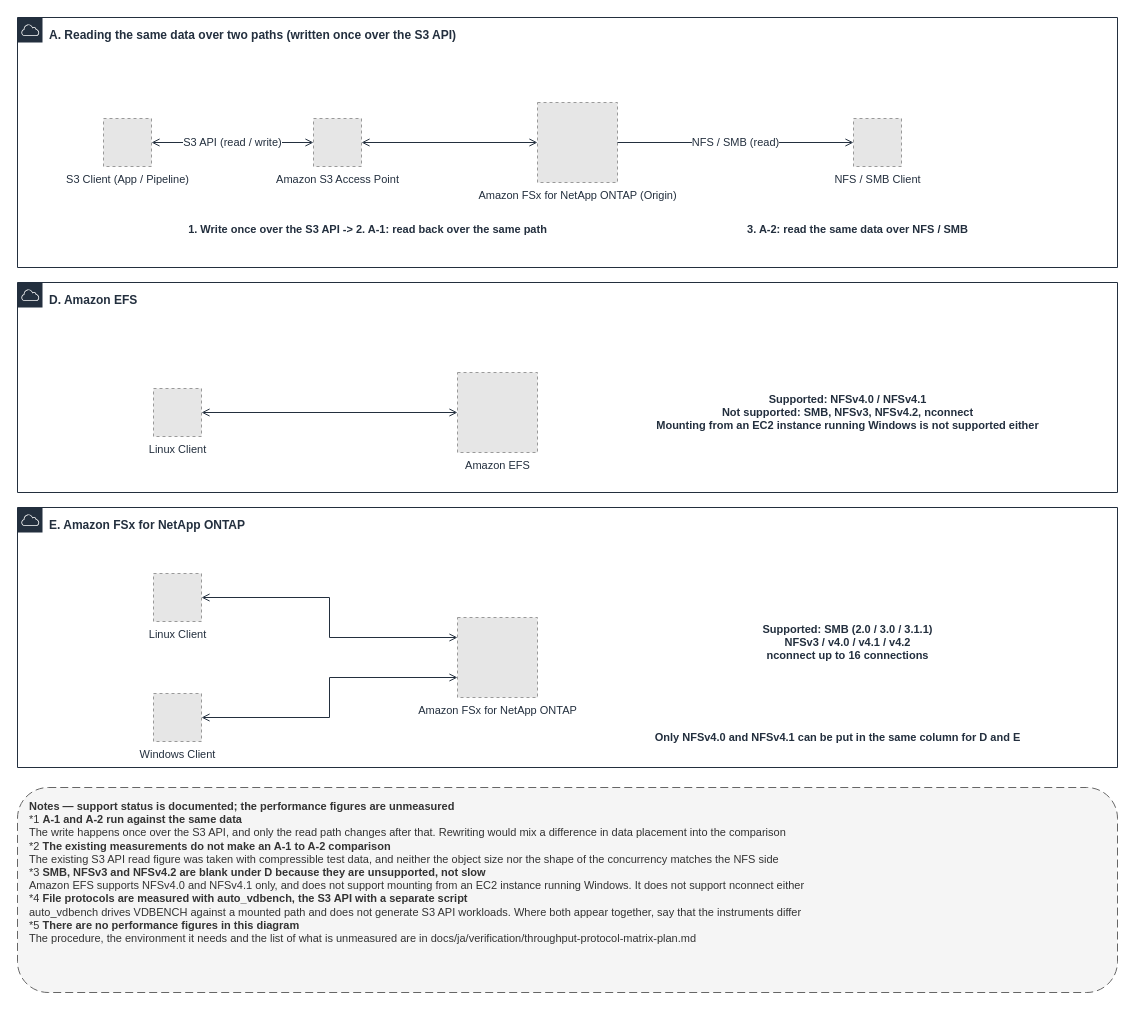
Yoshiki0705/S3-Burst-on-ONTAP-Files keeps this draw.io diagram as docs/_assets/diagrams/s3burst-protocol-test-matrix-en.drawio. Above is the earlier version. Source tidied: cells renumbered, new cells numbered last; positions are measured from the earlier drawing's top-left corner, leaving out a move shared by most shapes. Both pictures are drawn from the tidied source at 100%, with x=0, y=0 at pixel (17, 17). Pictures stored in the file or linked from it are replaced by grey dashed boxes.
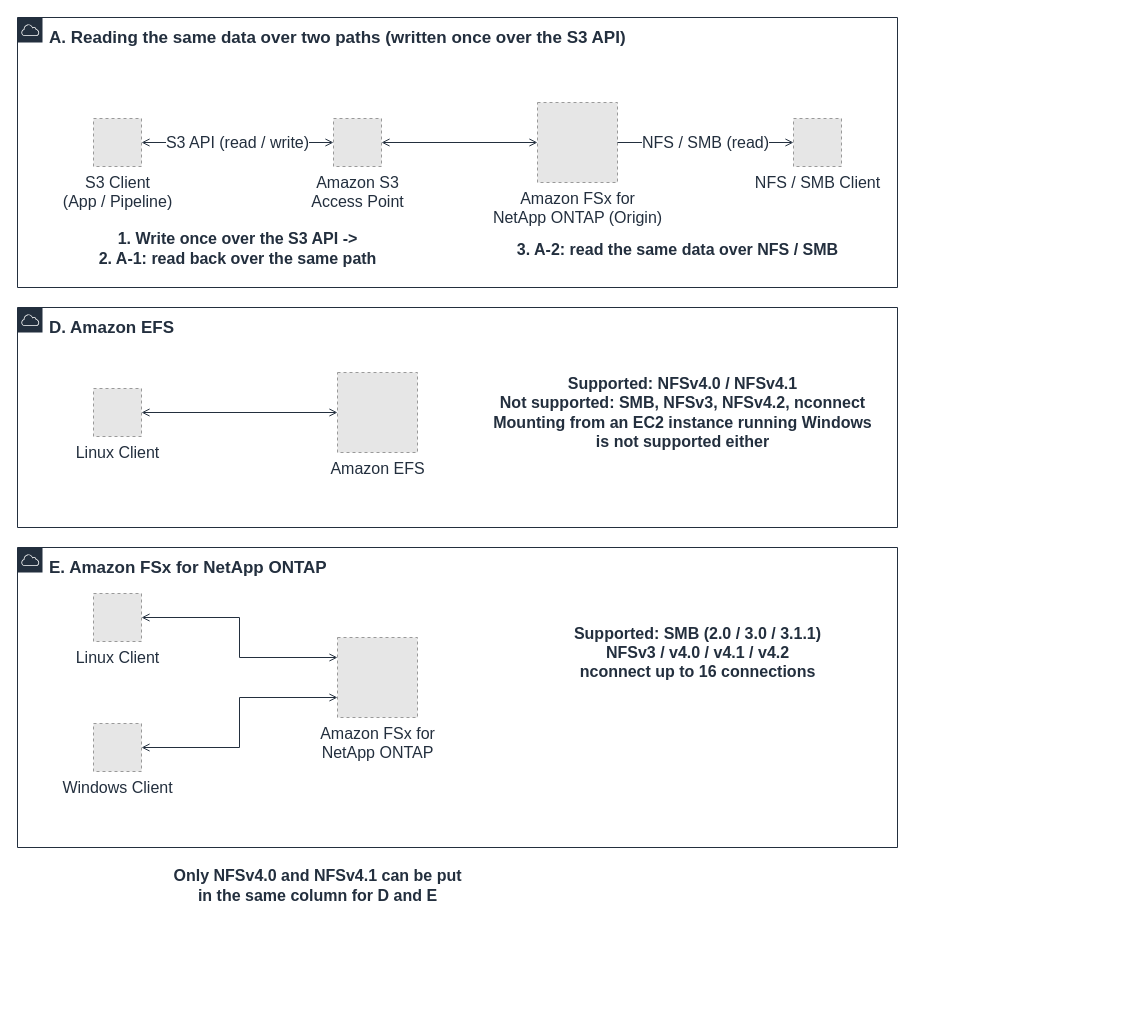
The same diagram, later.

Diff of the diagram source:
```diff
@@
-    <mxCell id="2" value="A. Reading the same data over two paths (written once over the S3 API)" style="gradientColor=none;html=1;whiteSpace=wrap;fontSize=12;fontStyle=1;fontColor=#232F3E;shape=mxgraph.aws4.group;grIcon=mxgraph.aws4.group_aws_cloud;strokeColor=#232F3E;fillColor=none;verticalAlign=top;align=left;spacingLeft=30;spacingTop=4;dashed=0;" parent="1" vertex="1">
-      <mxGeometry width="1100" height="250" as="geometry" />
+    <mxCell id="2" value="A. Reading the same data over two paths (written once over the S3 API)" style="gradientColor=none;html=1;whiteSpace=wrap;fontSize=17;fontStyle=1;fontColor=#232F3E;shape=mxgraph.aws4.group;grIcon=mxgraph.aws4.group_aws_cloud;strokeColor=#232F3E;fillColor=none;verticalAlign=top;align=left;spacingLeft=30;spacingTop=4;dashed=0;" parent="1" vertex="1">
+      <mxGeometry width="880" height="270" as="geometry" />
     </mxCell>
-    <mxCell id="3" value="D. Amazon EFS" style="gradientColor=none;html=1;whiteSpace=wrap;fontSize=12;fontStyle=1;fontColor=#232F3E;shape=mxgraph.aws4.group;grIcon=mxgraph.aws4.group_aws_cloud;strokeColor=#232F3E;fillColor=none;verticalAlign=top;align=left;spacingLeft=30;spacingTop=4;dashed=0;" parent="1" vertex="1">
-      <mxGeometry y="265" width="1100" height="210" as="geometry" />
+    <mxCell id="3" value="D. Amazon EFS" style="gradientColor=none;html=1;whiteSpace=wrap;fontSize=17;fontStyle=1;fontColor=#232F3E;shape=mxgraph.aws4.group;grIcon=mxgraph.aws4.group_aws_cloud;strokeColor=#232F3E;fillColor=none;verticalAlign=top;align=left;spacingLeft=30;spacingTop=4;dashed=0;" parent="1" vertex="1">
+      <mxGeometry y="290" width="880" height="220" as="geometry" />
     </mxCell>
-    <mxCell id="4" value="E. Amazon FSx for NetApp ONTAP" style="gradientColor=none;html=1;whiteSpace=wrap;fontSize=12;fontStyle=1;fontColor=#232F3E;shape=mxgraph.aws4.group;grIcon=mxgraph.aws4.group_aws_cloud;strokeColor=#232F3E;fillColor=none;verticalAlign=top;align=left;spacingLeft=30;spacingTop=4;dashed=0;" parent="1" vertex="1">
-      <mxGeometry y="490" width="1100" height="260" as="geometry" />
+    <mxCell id="4" value="E. Amazon FSx for NetApp ONTAP" style="gradientColor=none;html=1;whiteSpace=wrap;fontSize=17;fontStyle=1;fontColor=#232F3E;shape=mxgraph.aws4.group;grIcon=mxgraph.aws4.group_aws_cloud;strokeColor=#232F3E;fillColor=none;verticalAlign=top;align=left;spacingLeft=30;spacingTop=4;dashed=0;" parent="1" vertex="1">
+      <mxGeometry y="530" width="880" height="300" as="geometry" />
     </mxCell>
-    <mxCell id="5" value="1. Write once over the S3 API  -&gt;  2. A-1: read back over the same path" style="text;html=1;strokeColor=none;fillColor=none;align=center;verticalAlign=middle;fontSize=11;fontStyle=1;fontColor=#232F3E;" parent="1" vertex="1">
-      <mxGeometry x="90" y="202" width="520" height="20" as="geometry" />
+    <mxCell id="5" value="1. Write once over the S3 API  -&gt;&lt;br&gt;2. A-1: read back over the same path" style="text;html=1;strokeColor=none;fillColor=none;align=center;verticalAlign=middle;fontSize=16;fontStyle=1;fontColor=#232F3E;" parent="1" vertex="1">
+      <mxGeometry x="20" y="208" width="400" height="46" as="geometry" />
     </mxCell>
-    <mxCell id="6" value="3. A-2: read the same data over NFS / SMB" style="text;html=1;strokeColor=none;fillColor=none;align=center;verticalAlign=middle;fontSize=11;fontStyle=1;fontColor=#232F3E;" parent="1" vertex="1">
-      <mxGeometry x="620" y="202" width="440" height="20" as="geometry" />
+    <mxCell id="6" value="3. A-2: read the same data over NFS / SMB" style="text;html=1;strokeColor=none;fillColor=none;align=center;verticalAlign=middle;fontSize=16;fontStyle=1;fontColor=#232F3E;" parent="1" vertex="1">
+      <mxGeometry x="460" y="220" width="400" height="24" as="geometry" />
     </mxCell>
-    <mxCell id="7" value="Supported: NFSv4.0 / NFSv4.1&lt;br&gt;&lt;b&gt;Not supported: SMB, NFSv3, NFSv4.2, nconnect&lt;/b&gt;&lt;br&gt;Mounting from an EC2 instance running Windows is &lt;b&gt;not supported&lt;/b&gt; either" style="text;html=1;strokeColor=none;fillColor=none;align=center;verticalAlign=middle;fontSize=11;fontStyle=1;fontColor=#232F3E;" parent="1" vertex="1">
-      <mxGeometry x="600" y="350" width="460" height="90" as="geometry" />
+    <mxCell id="7" value="Supported: NFSv4.0 / NFSv4.1&lt;br&gt;&lt;b&gt;Not supported: SMB, NFSv3, NFSv4.2, nconnect&lt;/b&gt;&lt;br&gt;Mounting from an EC2 instance running Windows&lt;br&gt;is &lt;b&gt;not supported&lt;/b&gt; either" style="text;html=1;strokeColor=none;fillColor=none;align=center;verticalAlign=middle;fontSize=16;fontStyle=1;fontColor=#232F3E;" parent="1" vertex="1">
+      <mxGeometry x="470" y="335" width="390" height="120" as="geometry" />
     </mxCell>
-    <mxCell id="8" value="Supported: SMB (2.0 / 3.0 / 3.1.1)&lt;br&gt;NFSv3 / v4.0 / v4.1 / v4.2&lt;br&gt;nconnect up to 16 connections" style="text;html=1;strokeColor=none;fillColor=none;align=center;verticalAlign=middle;fontSize=11;fontStyle=1;fontColor=#232F3E;" parent="1" vertex="1">
-      <mxGeometry x="600" y="580" width="460" height="90" as="geometry" />
+    <mxCell id="8" value="Supported: SMB (2.0 / 3.0 / 3.1.1)&lt;br&gt;NFSv3 / v4.0 / v4.1 / v4.2&lt;br&gt;nconnect up to 16 connections" style="text;html=1;strokeColor=none;fillColor=none;align=center;verticalAlign=middle;fontSize=16;fontStyle=1;fontColor=#232F3E;" parent="1" vertex="1">
+      <mxGeometry x="500" y="590" width="360" height="90" as="geometry" />
     </mxCell>
-    <mxCell id="9" value="Only NFSv4.0 and NFSv4.1 can be put in the same column for D and E" style="text;html=1;strokeColor=none;fillColor=none;align=center;verticalAlign=middle;fontSize=11;fontStyle=1;fontColor=#232F3E;" parent="1" vertex="1">
-      <mxGeometry x="560" y="710" width="520" height="20" as="geometry" />
+    <mxCell id="9" value="Only NFSv4.0 and NFSv4.1 can be put&lt;br&gt;in the same column for D and E" style="text;html=1;strokeColor=none;fillColor=none;align=center;verticalAlign=middle;fontSize=16;fontStyle=1;fontColor=#232F3E;" parent="1" vertex="1">
+      <mxGeometry x="20" y="845" width="560" height="46" as="geometry" />
     </mxCell>
-    <mxCell id="10" value="S3 Client (App / Pipeline)" style="fillColor=#E6E6E6;strokeColor=#999999;dashed=1;html=1;verticalLabelPosition=bottom;verticalAlign=top;labelPosition=center;align=center;fontSize=11;fontColor=#232F3E;" parent="1" vertex="1">
-      <mxGeometry x="86" y="101" width="48" height="48" as="geometry" />
+    <mxCell id="10" value="S3 Client&#10;(App / Pipeline)" style="fillColor=#E6E6E6;strokeColor=#999999;dashed=1;html=1;verticalLabelPosition=bottom;verticalAlign=top;labelPosition=center;align=center;fontSize=16;fontColor=#232F3E;" parent="1" vertex="1">
+      <mxGeometry x="76" y="101" width="48" height="48" as="geometry" />
     </mxCell>
-    <mxCell id="11" value="Amazon S3 Access Point" style="fillColor=#E6E6E6;strokeColor=#999999;dashed=1;html=1;verticalLabelPosition=bottom;verticalAlign=top;labelPosition=center;align=center;fontSize=11;fontColor=#232F3E;" parent="1" vertex="1">
-      <mxGeometry x="296" y="101" width="48" height="48" as="geometry" />
+    <mxCell id="11" value="Amazon S3&#10;Access Point" style="fillColor=#E6E6E6;strokeColor=#999999;dashed=1;html=1;verticalLabelPosition=bottom;verticalAlign=top;labelPosition=center;align=center;fontSize=16;fontColor=#232F3E;" parent="1" vertex="1">
+      <mxGeometry x="316" y="101" width="48" height="48" as="geometry" />
     </mxCell>
-    <mxCell id="12" value="Amazon FSx for NetApp ONTAP (Origin)" style="fillColor=#E6E6E6;strokeColor=#999999;dashed=1;html=1;verticalLabelPosition=bottom;verticalAlign=top;labelPosition=center;align=center;fontSize=11;fontColor=#232F3E;" parent="1" vertex="1">
+    <mxCell id="12" value="Amazon FSx for&#10;NetApp ONTAP (Origin)" style="fillColor=#E6E6E6;strokeColor=#999999;dashed=1;html=1;verticalLabelPosition=bottom;verticalAlign=top;labelPosition=center;align=center;fontSize=16;fontColor=#232F3E;" parent="1" vertex="1">
       <mxGeometry x="520" y="85" width="80" height="80" as="geometry" />
     </mxCell>
-    <mxCell id="13" value="NFS / SMB Client" style="fillColor=#E6E6E6;strokeColor=#999999;dashed=1;html=1;verticalLabelPosition=bottom;verticalAlign=top;labelPosition=center;align=center;fontSize=11;fontColor=#232F3E;" parent="1" vertex="1">
-      <mxGeometry x="836" y="101" width="48" height="48" as="geometry" />
+    <mxCell id="13" value="NFS / SMB Client" style="fillColor=#E6E6E6;strokeColor=#999999;dashed=1;html=1;verticalLabelPosition=bottom;verticalAlign=top;labelPosition=center;align=center;fontSize=16;fontColor=#232F3E;" parent="1" vertex="1">
+      <mxGeometry x="776" y="101" width="48" height="48" as="geometry" />
     </mxCell>
-    <mxCell id="14" value="Linux Client" style="fillColor=#E6E6E6;strokeColor=#999999;dashed=1;html=1;verticalLabelPosition=bottom;verticalAlign=top;labelPosition=center;align=center;fontSize=11;fontColor=#232F3E;" parent="1" vertex="1">
-      <mxGeometry x="136" y="371" width="48" height="48" as="geometry" />
+    <mxCell id="14" value="Linux Client" style="fillColor=#E6E6E6;strokeColor=#999999;dashed=1;html=1;verticalLabelPosition=bottom;verticalAlign=top;labelPosition=center;align=center;fontSize=16;fontColor=#232F3E;" parent="1" vertex="1">
+      <mxGeometry x="76" y="371" width="48" height="48" as="geometry" />
     </mxCell>
-    <mxCell id="15" value="Amazon EFS" style="fillColor=#E6E6E6;strokeColor=#999999;dashed=1;html=1;verticalLabelPosition=bottom;verticalAlign=top;labelPosition=center;align=center;fontSize=11;fontColor=#232F3E;" parent="1" vertex="1">
-      <mxGeometry x="440" y="355" width="80" height="80" as="geometry" />
+    <mxCell id="15" value="Amazon EFS" style="fillColor=#E6E6E6;strokeColor=#999999;dashed=1;html=1;verticalLabelPosition=bottom;verticalAlign=top;labelPosition=center;align=center;fontSize=16;fontColor=#232F3E;" parent="1" vertex="1">
+      <mxGeometry x="320" y="355" width="80" height="80" as="geometry" />
     </mxCell>
-    <mxCell id="16" value="Linux Client" style="fillColor=#E6E6E6;strokeColor=#999999;dashed=1;html=1;verticalLabelPosition=bottom;verticalAlign=top;labelPosition=center;align=center;fontSize=11;fontColor=#232F3E;" parent="1" vertex="1">
-      <mxGeometry x="136" y="556" width="48" height="48" as="geometry" />
+    <mxCell id="16" value="Linux Client" style="fillColor=#E6E6E6;strokeColor=#999999;dashed=1;html=1;verticalLabelPosition=bottom;verticalAlign=top;labelPosition=center;align=center;fontSize=16;fontColor=#232F3E;" parent="1" vertex="1">
+      <mxGeometry x="76" y="576" width="48" height="48" as="geometry" />
     </mxCell>
-    <mxCell id="17" value="Windows Client" style="fillColor=#E6E6E6;strokeColor=#999999;dashed=1;html=1;verticalLabelPosition=bottom;verticalAlign=top;labelPosition=center;align=center;fontSize=11;fontColor=#232F3E;" parent="1" vertex="1">
-      <mxGeometry x="136" y="676" width="48" height="48" as="geometry" />
+    <mxCell id="17" value="Windows Client" style="fillColor=#E6E6E6;strokeColor=#999999;dashed=1;html=1;verticalLabelPosition=bottom;verticalAlign=top;labelPosition=center;align=center;fontSize=16;fontColor=#232F3E;" parent="1" vertex="1">
+      <mxGeometry x="76" y="706" width="48" height="48" as="geometry" />
     </mxCell>
-    <mxCell id="18" value="Amazon FSx for NetApp ONTAP" style="fillColor=#E6E6E6;strokeColor=#999999;dashed=1;html=1;verticalLabelPosition=bottom;verticalAlign=top;labelPosition=center;align=center;fontSize=11;fontColor=#232F3E;" parent="1" vertex="1">
-      <mxGeometry x="440" y="600" width="80" height="80" as="geometry" />
+    <mxCell id="18" value="Amazon FSx for&#10;NetApp ONTAP" style="fillColor=#E6E6E6;strokeColor=#999999;dashed=1;html=1;verticalLabelPosition=bottom;verticalAlign=top;labelPosition=center;align=center;fontSize=16;fontColor=#232F3E;" parent="1" vertex="1">
+      <mxGeometry x="320" y="620" width="80" height="80" as="geometry" />
     </mxCell>
-    <mxCell id="19" value="S3 API (read / write)" style="edgeStyle=orthogonalEdgeStyle;rounded=0;html=1;endArrow=open;endFill=0;strokeColor=#232F3E;strokeWidth=1;fontSize=11;fontColor=#232F3E;startArrow=open;startFill=0;" parent="1" edge="1" source="10" target="11">
+    <mxCell id="19" value="S3 API (read / write)" style="edgeStyle=orthogonalEdgeStyle;rounded=0;html=1;endArrow=open;endFill=0;strokeColor=#232F3E;strokeWidth=1;fontSize=16;fontColor=#232F3E;startArrow=open;startFill=0;" parent="1" edge="1" source="10" target="11">
       <mxGeometry relative="1" as="geometry" />
     </mxCell>
-    <mxCell id="20" style="edgeStyle=orthogonalEdgeStyle;rounded=0;html=1;endArrow=open;endFill=0;strokeColor=#232F3E;strokeWidth=1;fontSize=11;fontColor=#232F3E;startArrow=open;startFill=0;" parent="1" edge="1" source="11" target="12">
+    <mxCell id="20" style="edgeStyle=orthogonalEdgeStyle;rounded=0;html=1;endArrow=open;endFill=0;strokeColor=#232F3E;strokeWidth=1;fontSize=16;fontColor=#232F3E;startArrow=open;startFill=0;" parent="1" edge="1" source="11" target="12">
       <mxGeometry relative="1" as="geometry" />
     </mxCell>
-    <mxCell id="21" value="NFS / SMB (read)" style="edgeStyle=orthogonalEdgeStyle;rounded=0;html=1;endArrow=open;endFill=0;strokeColor=#232F3E;strokeWidth=1;fontSize=11;fontColor=#232F3E;" parent="1" edge="1" source="12" target="13">
+    <mxCell id="21" value="NFS / SMB (read)" style="edgeStyle=orthogonalEdgeStyle;rounded=0;html=1;endArrow=open;endFill=0;strokeColor=#232F3E;strokeWidth=1;fontSize=16;fontColor=#232F3E;" parent="1" edge="1" source="12" target="13">
       <mxGeometry relative="1" as="geometry" />
     </mxCell>
-    <mxCell id="22" style="edgeStyle=orthogonalEdgeStyle;rounded=0;html=1;endArrow=open;endFill=0;strokeColor=#232F3E;strokeWidth=1;fontSize=11;fontColor=#232F3E;startArrow=open;startFill=0;" parent="1" edge="1" source="14" target="15">
+    <mxCell id="22" style="edgeStyle=orthogonalEdgeStyle;rounded=0;html=1;endArrow=open;endFill=0;strokeColor=#232F3E;strokeWidth=1;fontSize=16;fontColor=#232F3E;startArrow=open;startFill=0;" parent="1" edge="1" source="14" target="15">
       <mxGeometry relative="1" as="geometry" />
     </mxCell>
-    <mxCell id="23" style="edgeStyle=orthogonalEdgeStyle;rounded=0;html=1;endArrow=open;endFill=0;strokeColor=#232F3E;strokeWidth=1;fontSize=11;fontColor=#232F3E;startArrow=open;startFill=0;exitX=1.0;exitY=0.5;exitDx=0;exitDy=0;entryX=0.0;entryY=0.25;entryDx=0;entryDy=0;" parent="1" edge="1" source="16" target="18">
+    <mxCell id="23" style="edgeStyle=orthogonalEdgeStyle;rounded=0;html=1;endArrow=open;endFill=0;strokeColor=#232F3E;strokeWidth=1;fontSize=16;fontColor=#232F3E;startArrow=open;startFill=0;exitX=1.0;exitY=0.5;exitDx=0;exitDy=0;entryX=0.0;entryY=0.25;entryDx=0;entryDy=0;" parent="1" edge="1" source="16" target="18">
       <mxGeometry relative="1" as="geometry" />
     </mxCell>
-    <mxCell id="24" style="edgeStyle=orthogonalEdgeStyle;rounded=0;html=1;endArrow=open;endFill=0;strokeColor=#232F3E;strokeWidth=1;fontSize=11;fontColor=#232F3E;startArrow=open;startFill=0;exitX=1.0;exitY=0.5;exitDx=0;exitDy=0;entryX=0.0;entryY=0.75;entryDx=0;entryDy=0;" parent="1" edge="1" source="17" target="18">
+    <mxCell id="24" style="edgeStyle=orthogonalEdgeStyle;rounded=0;html=1;endArrow=open;endFill=0;strokeColor=#232F3E;strokeWidth=1;fontSize=16;fontColor=#232F3E;startArrow=open;startFill=0;exitX=1.0;exitY=0.5;exitDx=0;exitDy=0;entryX=0.0;entryY=0.75;entryDx=0;entryDy=0;" parent="1" edge="1" source="17" target="18">
       <mxGeometry relative="1" as="geometry" />
     </mxCell>
-    <mxCell id="25" value="&lt;b&gt;Notes — support status is documented; the performance figures are unmeasured&lt;/b&gt;&lt;br&gt;*1 &lt;b&gt;A-1 and A-2 run against the same data&lt;/b&gt;&lt;br&gt;The write happens once over the S3 API, and only the read path changes after that. Rewriting would mix a difference in data placement into the comparison&lt;br&gt;*2 &lt;b&gt;The existing measurements do not make an A-1 to A-2 comparison&lt;/b&gt;&lt;br&gt;The existing S3 API read figure was taken with compressible test data, and neither the object size nor the shape of the concurrency matches the NFS side&lt;br&gt;*3 &lt;b&gt;SMB, NFSv3 and NFSv4.2 are blank under D because they are unsupported, not slow&lt;/b&gt;&lt;br&gt;Amazon EFS supports NFSv4.0 and NFSv4.1 only, and does not support mounting from an EC2 instance running Windows. It does not support nconnect either&lt;br&gt;*4 &lt;b&gt;File protocols are measured with auto_vdbench, the S3 API with a separate script&lt;/b&gt;&lt;br&gt;auto_vdbench drives VDBENCH against a mounted path and does not generate S3 API workloads. Where both appear together, say that the instruments differ&lt;br&gt;*5 &lt;b&gt;There are no performance figures in this diagram&lt;/b&gt;&lt;br&gt;The procedure, the environment it needs and the list of what is unmeasured are in docs/ja/verification/throughput-protocol-matrix-plan.md" style="rounded=1;whiteSpace=wrap;html=1;dashed=1;dashPattern=8 4;strokeColor=#666666;fillColor=#F5F5F5;fontColor=#333333;fontSize=11;align=left;verticalAlign=top;spacingLeft=10;spacingTop=6;" parent="1" vertex="1">
-      <mxGeometry y="770" width="1100" height="205" as="geometry" />
-    </mxCell>
```
